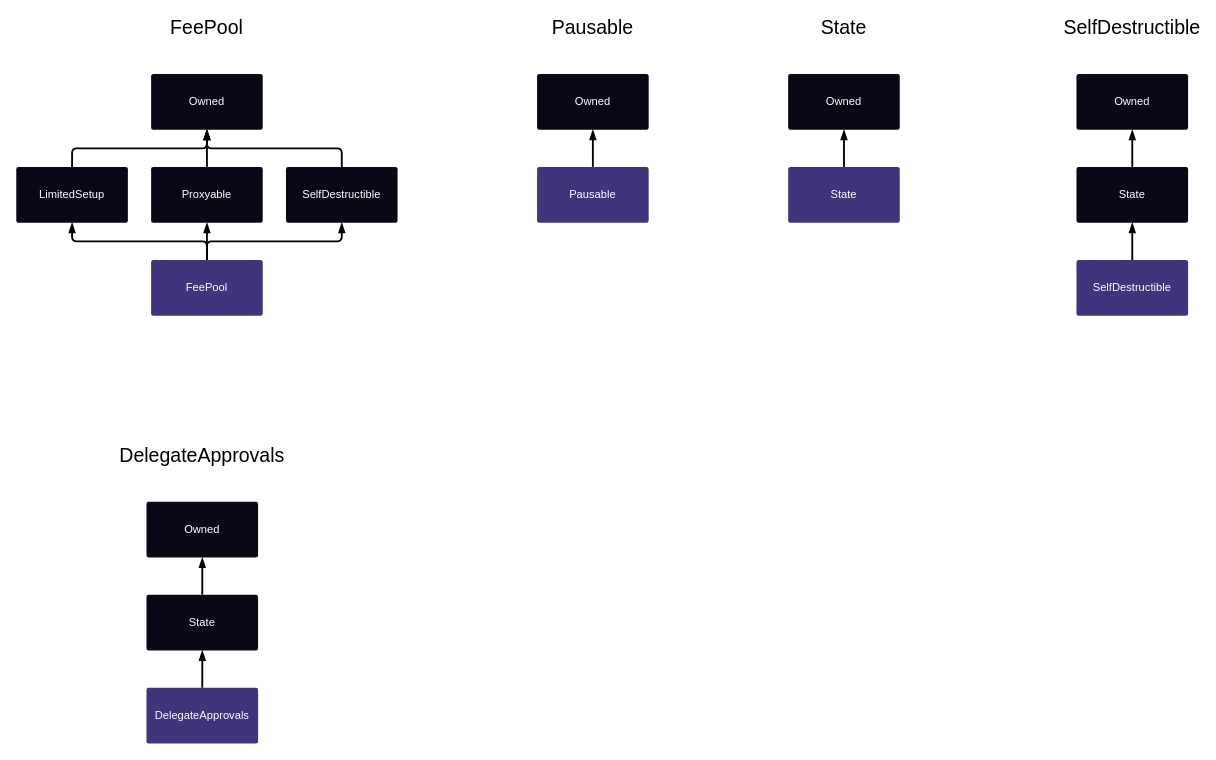
This is docs/img/graphs/synthetix-docs-graphs.drawio from Synthetixio/synthetix, a draw.io file, before an edit. Source tidied: cells renumbered, new cells numbered last; positions are measured from the earlier drawing's top-left corner, leaving out a move shared by most shapes. Both pictures are drawn from the tidied source at 93%, with x=0, y=0 at pixel (16, 18).
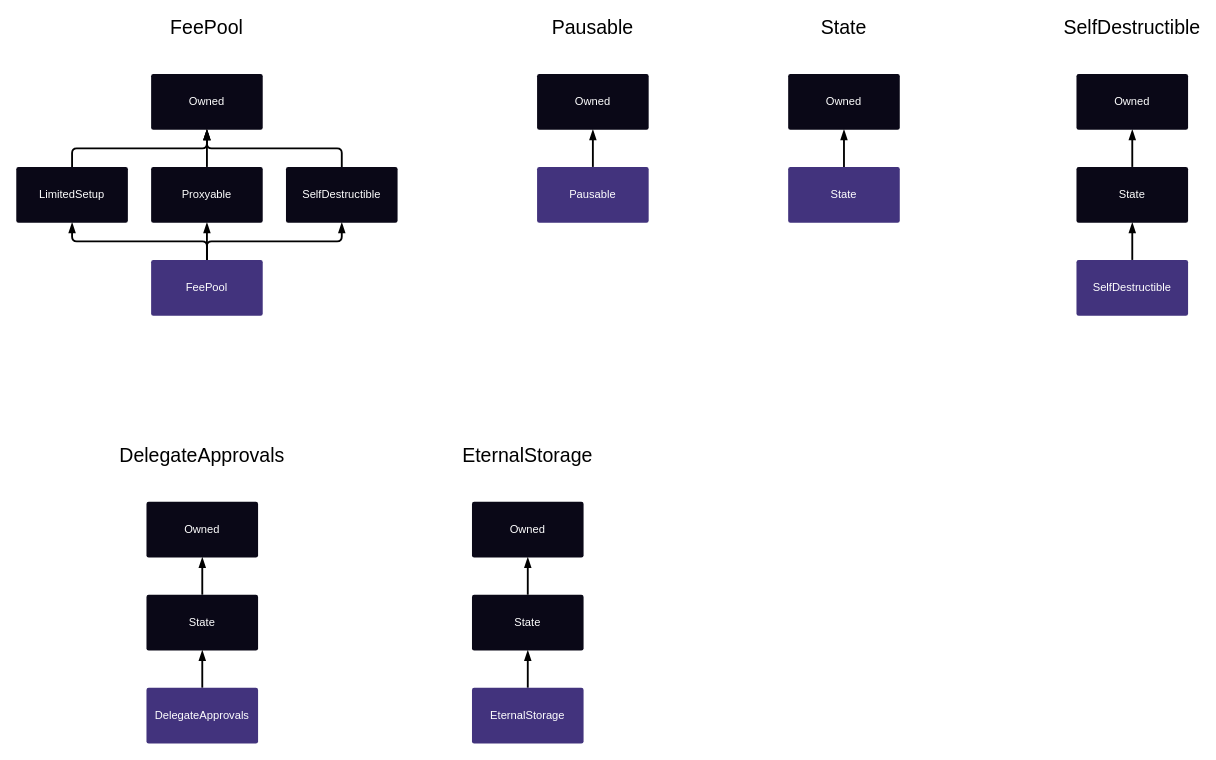
Above is the later version.

Commit message (it also covers changes not shown here):
EternalStorage formatting.

Diff of the diagram source:
```diff
@@
+    <mxCell id="34" style="edgeStyle=orthogonalEdgeStyle;rounded=1;jettySize=auto;html=1;exitX=0.5;exitY=0;exitDx=0;exitDy=0;entryX=0.5;entryY=1;entryDx=0;entryDy=0;strokeWidth=2;arcSize=10;endArrow=blockThin;endFill=1;" parent="1" edge="1" source="35" target="37">
+      <mxGeometry relative="1" as="geometry" />
+    </mxCell>
+    <mxCell id="35" value="&lt;font color=&quot;#FFFFFF&quot;&gt;EternalStorage&lt;/font&gt;" style="rounded=1;whiteSpace=wrap;html=1;fillColor=#42337D;strokeColor=none;arcSize=4;gradientColor=none;" parent="1" vertex="1">
+      <mxGeometry x="490" y="720" width="120" height="60" as="geometry" />
+    </mxCell>
+    <mxCell id="36" style="edgeStyle=orthogonalEdgeStyle;rounded=1;jettySize=auto;html=1;exitX=0.5;exitY=0;exitDx=0;exitDy=0;entryX=0.5;entryY=1;entryDx=0;entryDy=0;endArrow=blockThin;endFill=1;strokeWidth=2;fontSize=21;" parent="1" edge="1" source="37" target="39">
+      <mxGeometry relative="1" as="geometry" />
+    </mxCell>
+    <mxCell id="37" value="&lt;font color=&quot;#FFFFFF&quot;&gt;State&lt;/font&gt;" style="rounded=1;whiteSpace=wrap;html=1;fillColor=#0a0817;strokeColor=none;arcSize=4;" parent="1" vertex="1">
+      <mxGeometry x="490" y="620" width="120" height="60" as="geometry" />
+    </mxCell>
+    <mxCell id="38" value="EternalStorage" style="text;html=1;strokeColor=none;fillColor=none;align=center;verticalAlign=middle;whiteSpace=wrap;rounded=0;fontSize=21;" parent="1" vertex="1">
+      <mxGeometry x="530" y="460" width="40" height="20" as="geometry" />
+    </mxCell>
+    <mxCell id="39" value="&lt;font color=&quot;#FFFFFF&quot;&gt;Owned&lt;/font&gt;" style="rounded=1;whiteSpace=wrap;html=1;fillColor=#0a0817;strokeColor=none;arcSize=4;" parent="1" vertex="1">
+      <mxGeometry x="490" y="520" width="120" height="60" as="geometry" />
+    </mxCell>
```
